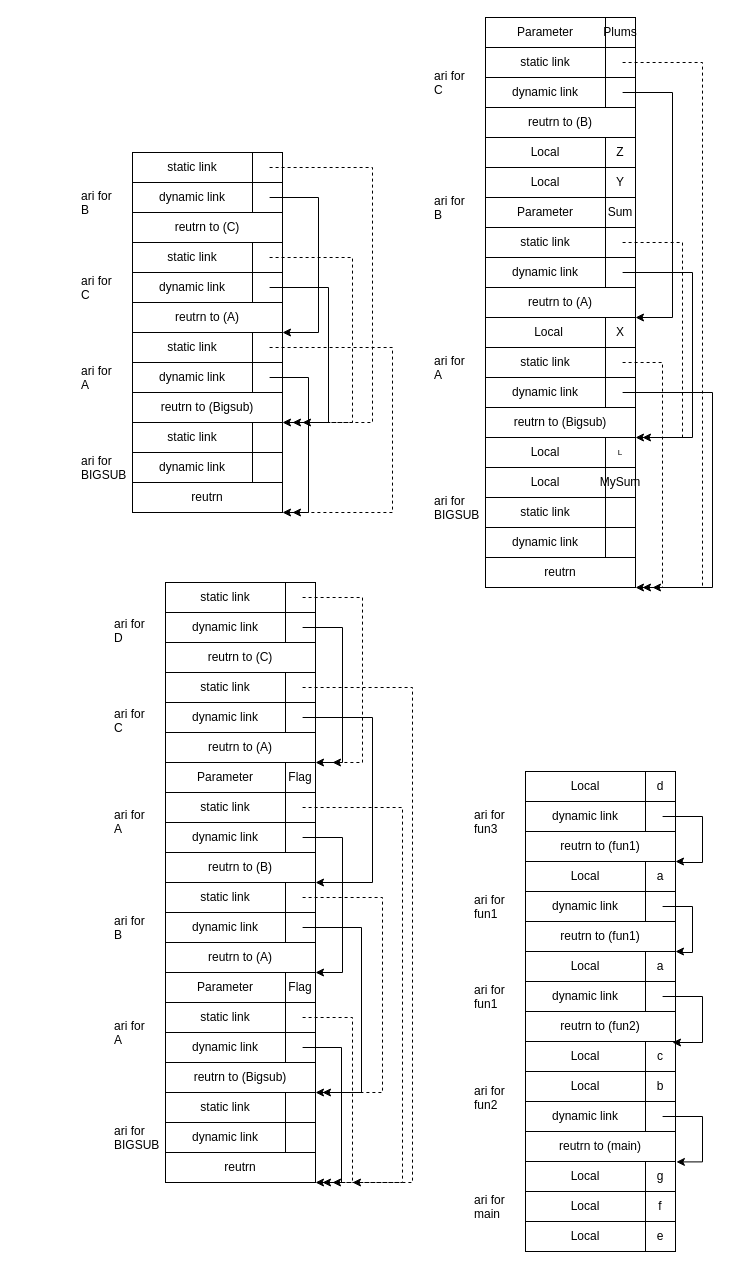
Earlier version of the draw.io diagram stack.drawio (HansenWang983/A-Social-Media-Web-App-with-Microservices). Source tidied: cells renumbered, new cells numbered last; positions are measured from the earlier drawing's top-left corner, leaving out a move shared by most shapes. Both pictures are drawn from the tidied source at 100%, with x=0, y=0 at pixel (79, 17).
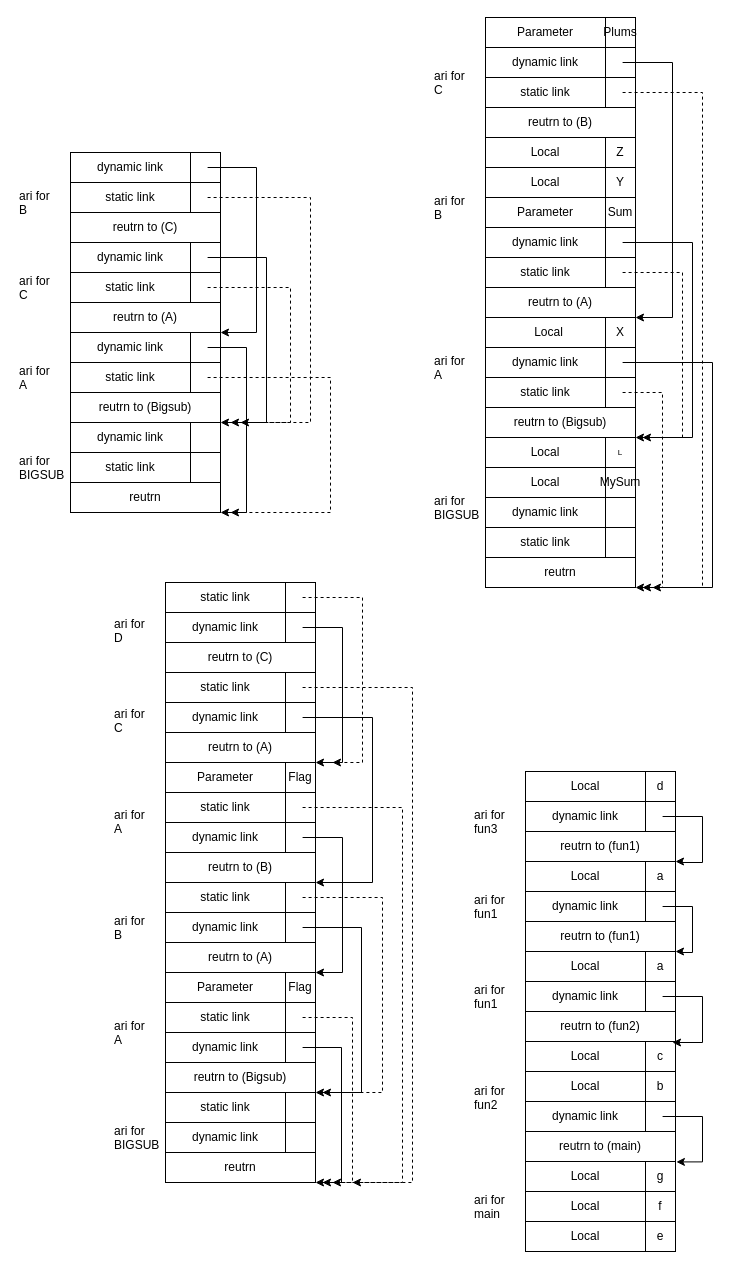
The same diagram, later.

Unchanged cells that the change refers to:
```xml
<mxCell id="65" value="L" style="rounded=0;whiteSpace=wrap;html=1;points=[[0,0,0,0,0],[0,0.23,0,0,0],[0,0.5,0,0,0],[0,0.77,0,0,0],[0,1,0,0,0],[0.27,0,0,0,0],[0.27,1,0,0,0],[0.5,0,0,0,0],[0.5,1,0,0,0],[0.57,0.5,0,0,0],[0.77,0,0,0,0],[0.77,1,0,0,0],[1,0,0,0,0],[1,0.27,0,0,0],[1,0.77,0,0,0],[1,1,0,0,0]];fontSize=8;" parent="1" vertex="1">
  <mxGeometry x="526" y="420" width="30" height="30" as="geometry" />
</mxCell>
```

What changed in the source:
```diff
@@
     <mxCell id="2" style="rounded=0;whiteSpace=wrap;html=1;points=[[0,0,0,0,0],[0,0.23,0,0,0],[0,0.5,0,0,0],[0,0.77,0,0,0],[0,1,0,0,0],[0.27,0,0,0,0],[0.27,1,0,0,0],[0.5,0,0,0,0],[0.5,1,0,0,0],[0.57,0.5,0,0,0],[0.77,0,0,0,0],[0.77,1,0,0,0],[1,0,0,0,0],[1,0.27,0,0,0],[1,0.77,0,0,0],[1,1,0,0,0]];" parent="1" vertex="1">
-      <mxGeometry x="526" y="360" width="30" height="30" as="geometry" />
+      <mxGeometry x="526" y="330" width="30" height="30" as="geometry" />
     </mxCell>
-    <mxCell id="3" value="static link" style="rounded=0;whiteSpace=wrap;html=1;" parent="1" vertex="1">
-      <mxGeometry x="53" y="405" width="120" height="30" as="geometry" />
+    <mxCell id="3" value="dynamic link" style="rounded=0;whiteSpace=wrap;html=1;" parent="1" vertex="1">
+      <mxGeometry x="-9" y="405" width="120" height="30" as="geometry" />
     </mxCell>
-    <mxCell id="4" value="dynamic link" style="rounded=0;whiteSpace=wrap;html=1;" parent="1" vertex="1">
-      <mxGeometry x="53" y="435" width="120" height="30" as="geometry" />
+    <mxCell id="4" value="static link" style="rounded=0;whiteSpace=wrap;html=1;" parent="1" vertex="1">
+      <mxGeometry x="-9" y="435" width="120" height="30" as="geometry" />
     </mxCell>
     <mxCell id="5" value="reutrn" style="rounded=0;whiteSpace=wrap;html=1;" parent="1" vertex="1">
-      <mxGeometry x="53" y="465" width="150" height="30" as="geometry" />
+      <mxGeometry x="-9" y="465" width="150" height="30" as="geometry" />
     </mxCell>
     <mxCell id="6" style="rounded=0;whiteSpace=wrap;html=1;points=[[0,0,0,0,0],[0,0.23,0,0,0],[0,0.5,0,0,0],[0,0.77,0,0,0],[0,1,0,0,0],[0.27,0,0,0,0],[0.27,1,0,0,0],[0.5,0,0,0,0],[0.5,1,0,0,0],[0.57,0.5,0,0,0],[0.77,0,0,0,0],[0.77,1,0,0,0],[1,0,0,0,0],[1,0.27,0,0,0],[1,0.77,0,0,0],[1,1,0,0,0]];" parent="1" vertex="1">
-      <mxGeometry x="173" y="165" width="30" height="30" as="geometry" />
+      <mxGeometry x="111" y="135" width="30" height="30" as="geometry" />
     </mxCell>
-    <mxCell id="7" style="edgeStyle=orthogonalEdgeStyle;rounded=0;jettySize=auto;html=1;exitX=0.57;exitY=0.5;exitDx=0;exitDy=0;exitPerimeter=0;entryX=1;entryY=0;entryDx=0;entryDy=0;entryPerimeter=0;" parent="1" edge="1" source="6" target="15">
-      <mxGeometry relative="1" as="geometry">
-        <Array as="points">
-          <mxPoint x="239" y="180" />
-          <mxPoint x="239" y="315" />
-        </Array>
-      </mxGeometry>
-    </mxCell>
     <mxCell id="8" style="rounded=0;whiteSpace=wrap;html=1;points=[[0,0,0,0,0],[0,0.23,0,0,0],[0,0.5,0,0,0],[0,0.77,0,0,0],[0,1,0,0,0],[0.27,0,0,0,0],[0.27,1,0,0,0],[0.5,0,0,0,0],[0.5,1,0,0,0],[0.57,0.5,0,0,0],[0.77,0,0,0,0],[0.77,1,0,0,0],[1,0,0,0,0],[1,0.27,0,0,0],[1,0.77,0,0,0],[1,1,0,0,0]];" parent="1" vertex="1">
-      <mxGeometry x="173" y="255" width="30" height="30" as="geometry" />
+      <mxGeometry x="111" y="225" width="30" height="30" as="geometry" />
     </mxCell>
     <mxCell id="9" style="rounded=0;whiteSpace=wrap;html=1;points=[[0,0,0,0,0],[0,0.23,0,0,0],[0,0.5,0,0,0],[0,0.77,0,0,0],[0,1,0,0,0],[0.27,0,0,0,0],[0.27,1,0,0,0],[0.5,0,0,0,0],[0.5,1,0,0,0],[0.57,0.5,0,0,0],[0.77,0,0,0,0],[0.77,1,0,0,0],[1,0,0,0,0],[1,0.27,0,0,0],[1,0.77,0,0,0],[1,1,0,0,0]];" parent="1" vertex="1">
-      <mxGeometry x="173" y="345" width="30" height="30" as="geometry" />
+      <mxGeometry x="111" y="315" width="30" height="30" as="geometry" />
     </mxCell>
     <mxCell id="10" style="rounded=0;whiteSpace=wrap;html=1;fontStyle=1;" parent="1" vertex="1">
-      <mxGeometry x="173" y="405" width="30" height="30" as="geometry" />
+      <mxGeometry x="111" y="405" width="30" height="30" as="geometry" />
     </mxCell>
     <mxCell id="11" value="static link" style="rounded=0;whiteSpace=wrap;html=1;" parent="1" vertex="1">
-      <mxGeometry x="53" y="315" width="120" height="30" as="geometry" />
+      <mxGeometry x="-9" y="345" width="120" height="30" as="geometry" />
     </mxCell>
     <mxCell id="12" value="dynamic link" style="rounded=0;whiteSpace=wrap;html=1;" parent="1" vertex="1">
-      <mxGeometry x="53" y="345" width="120" height="30" as="geometry" />
+      <mxGeometry x="-9" y="315" width="120" height="30" as="geometry" />
     </mxCell>
     <mxCell id="13" value="reutrn to (Bigsub)" style="rounded=0;whiteSpace=wrap;html=1;" parent="1" vertex="1">
-      <mxGeometry x="53" y="375" width="150" height="30" as="geometry" />
+      <mxGeometry x="-9" y="375" width="150" height="30" as="geometry" />
     </mxCell>
-    <mxCell id="14" style="rounded=0;whiteSpace=wrap;html=1;" parent="1" vertex="1">
-      <mxGeometry x="173" y="315" width="30" height="30" as="geometry" />
-    </mxCell>
     <mxCell id="15" style="rounded=0;whiteSpace=wrap;html=1;points=[[0,0,0,0,0],[0,0.23,0,0,0],[0,0.5,0,0,0],[0,0.77,0,0,0],[0,1,0,0,0],[0.27,0,0,0,0],[0.27,1,0,0,0],[0.5,0,0,0,0],[0.5,1,0,0,0],[0.57,0.5,0,0,0],[0.77,0,0,0,0],[0.77,1,0,0,0],[1,0,0,0,0],[1,0.27,0,0,0],[1,0.77,0,0,0],[1,1,0,0,0]];" parent="1" vertex="1">
-      <mxGeometry x="173" y="315" width="30" height="30" as="geometry" />
+      <mxGeometry x="111" y="345" width="30" height="30" as="geometry" />
     </mxCell>
     <mxCell id="16" style="edgeStyle=orthogonalEdgeStyle;rounded=0;jettySize=auto;html=1;exitX=0.57;exitY=0.5;exitDx=0;exitDy=0;exitPerimeter=0;entryX=1;entryY=1;entryDx=0;entryDy=0;entryPerimeter=0;" parent="1" edge="1" source="9">
       <mxGeometry relative="1" as="geometry">
-        <mxPoint x="203" y="495" as="targetPoint" />
+        <mxPoint x="141" y="495" as="targetPoint" />
         <Array as="points">
-          <mxPoint x="229" y="360" />
-          <mxPoint x="229" y="495" />
+          <mxPoint x="167" y="330" />
+          <mxPoint x="167" y="495" />
         </Array>
       </mxGeometry>
     </mxCell>
     <mxCell id="17" value="static link" style="rounded=0;whiteSpace=wrap;html=1;" parent="1" vertex="1">
-      <mxGeometry x="53" y="225" width="120" height="30" as="geometry" />
+      <mxGeometry x="-9" y="255" width="120" height="30" as="geometry" />
     </mxCell>
     <mxCell id="18" value="dynamic link" style="rounded=0;whiteSpace=wrap;html=1;" parent="1" vertex="1">
-      <mxGeometry x="53" y="255" width="120" height="30" as="geometry" />
+      <mxGeometry x="-9" y="225" width="120" height="30" as="geometry" />
     </mxCell>
     <mxCell id="19" value="reutrn to (A)" style="rounded=0;whiteSpace=wrap;html=1;" parent="1" vertex="1">
-      <mxGeometry x="53" y="285" width="150" height="30" as="geometry" />
+      <mxGeometry x="-9" y="285" width="150" height="30" as="geometry" />
     </mxCell>
-    <mxCell id="20" style="rounded=0;whiteSpace=wrap;html=1;" parent="1" vertex="1">
-      <mxGeometry x="173" y="225" width="30" height="30" as="geometry" />
-    </mxCell>
     <mxCell id="21" style="rounded=0;whiteSpace=wrap;html=1;points=[[0,0,0,0,0],[0,0.23,0,0,0],[0,0.5,0,0,0],[0,0.77,0,0,0],[0,1,0,0,0],[0.27,0,0,0,0],[0.27,1,0,0,0],[0.5,0,0,0,0],[0.5,1,0,0,0],[0.57,0.5,0,0,0],[0.77,0,0,0,0],[0.77,1,0,0,0],[1,0,0,0,0],[1,0.27,0,0,0],[1,0.77,0,0,0],[1,1,0,0,0]];" parent="1" vertex="1">
-      <mxGeometry x="173" y="225" width="30" height="30" as="geometry" />
+      <mxGeometry x="111" y="255" width="30" height="30" as="geometry" />
     </mxCell>
     <mxCell id="22" style="edgeStyle=orthogonalEdgeStyle;rounded=0;jettySize=auto;html=1;exitX=0.57;exitY=0.5;exitDx=0;exitDy=0;exitPerimeter=0;entryX=1;entryY=1;entryDx=0;entryDy=0;entryPerimeter=0;" parent="1" edge="1" source="8">
       <mxGeometry relative="1" as="geometry">
-        <mxPoint x="203" y="405" as="targetPoint" />
+        <mxPoint x="141" y="405" as="targetPoint" />
         <Array as="points">
-          <mxPoint x="249" y="270" />
-          <mxPoint x="249" y="405" />
+          <mxPoint x="187" y="240" />
+          <mxPoint x="187" y="405" />
         </Array>
       </mxGeometry>
     </mxCell>
     <mxCell id="23" value="static link" style="rounded=0;whiteSpace=wrap;html=1;" parent="1" vertex="1">
-      <mxGeometry x="53" y="135" width="120" height="30" as="geometry" />
+      <mxGeometry x="-9" y="165" width="120" height="30" as="geometry" />
     </mxCell>
     <mxCell id="24" value="dynamic link" style="rounded=0;whiteSpace=wrap;html=1;" parent="1" vertex="1">
-      <mxGeometry x="53" y="165" width="120" height="30" as="geometry" />
+      <mxGeometry x="-9" y="135" width="120" height="30" as="geometry" />
     </mxCell>
     <mxCell id="25" value="reutrn to (C)" style="rounded=0;whiteSpace=wrap;html=1;" parent="1" vertex="1">
-      <mxGeometry x="53" y="195" width="150" height="30" as="geometry" />
+      <mxGeometry x="-9" y="195" width="150" height="30" as="geometry" />
     </mxCell>
     <mxCell id="26" style="rounded=0;whiteSpace=wrap;html=1;" parent="1" vertex="1">
-      <mxGeometry x="173" y="135" width="30" height="30" as="geometry" />
+      <mxGeometry x="111" y="135" width="30" height="30" as="geometry" />
     </mxCell>
     <mxCell id="27" style="rounded=0;whiteSpace=wrap;html=1;points=[[0,0,0,0,0],[0,0.23,0,0,0],[0,0.5,0,0,0],[0,0.77,0,0,0],[0,1,0,0,0],[0.27,0,0,0,0],[0.27,1,0,0,0],[0.5,0,0,0,0],[0.5,1,0,0,0],[0.57,0.5,0,0,0],[0.77,0,0,0,0],[0.77,1,0,0,0],[1,0,0,0,0],[1,0.27,0,0,0],[1,0.77,0,0,0],[1,1,0,0,0]];" parent="1" vertex="1">
-      <mxGeometry x="173" y="135" width="30" height="30" as="geometry" />
+      <mxGeometry x="111" y="165" width="30" height="30" as="geometry" />
     </mxCell>
     <mxCell id="28" style="rounded=0;whiteSpace=wrap;html=1;fontStyle=1;" parent="1" vertex="1">
-      <mxGeometry x="173" y="435" width="30" height="30" as="geometry" />
+      <mxGeometry x="111" y="435" width="30" height="30" as="geometry" />
     </mxCell>
     <mxCell id="29" value="ari for&#10;BIGSUB" style="text;whiteSpace=wrap;html=1;" parent="1" vertex="1">
-      <mxGeometry y="430" width="70" height="40" as="geometry" />
+      <mxGeometry x="-62" y="430" width="70" height="40" as="geometry" />
     </mxCell>
     <mxCell id="30" value="ari for&lt;br&gt;A" style="text;whiteSpace=wrap;html=1;" parent="1" vertex="1">
-      <mxGeometry y="340" width="70" height="40" as="geometry" />
+      <mxGeometry x="-62" y="340" width="70" height="40" as="geometry" />
     </mxCell>
     <mxCell id="31" value="ari for&lt;br&gt;C" style="text;whiteSpace=wrap;html=1;" parent="1" vertex="1">
-      <mxGeometry y="250" width="70" height="40" as="geometry" />
+      <mxGeometry x="-62" y="250" width="70" height="40" as="geometry" />
     </mxCell>
     <mxCell id="32" value="ari for&lt;br&gt;B" style="text;whiteSpace=wrap;html=1;" parent="1" vertex="1">
-      <mxGeometry y="165" width="70" height="40" as="geometry" />
+      <mxGeometry x="-62" y="165" width="70" height="40" as="geometry" />
     </mxCell>
-    <mxCell id="33" value="static link" style="rounded=0;whiteSpace=wrap;html=1;" parent="1" vertex="1">
+    <mxCell id="33" value="dynamic link" style="rounded=0;whiteSpace=wrap;html=1;" parent="1" vertex="1">
       <mxGeometry x="406" y="480" width="120" height="30" as="geometry" />
     </mxCell>
-    <mxCell id="34" value="dynamic link" style="rounded=0;whiteSpace=wrap;html=1;" parent="1" vertex="1">
+    <mxCell id="34" value="static link" style="rounded=0;whiteSpace=wrap;html=1;" parent="1" vertex="1">
       <mxGeometry x="406" y="510" width="120" height="30" as="geometry" />
     </mxCell>
@@
     <mxCell id="37" value="static link" style="rounded=0;whiteSpace=wrap;html=1;" parent="1" vertex="1">
-      <mxGeometry x="406" y="330" width="120" height="30" as="geometry" />
+      <mxGeometry x="406" y="360" width="120" height="30" as="geometry" />
     </mxCell>
     <mxCell id="38" value="dynamic link" style="rounded=0;whiteSpace=wrap;html=1;" parent="1" vertex="1">
-      <mxGeometry x="406" y="360" width="120" height="30" as="geometry" />
+      <mxGeometry x="406" y="330" width="120" height="30" as="geometry" />
     </mxCell>
@@
-    <mxCell id="40" style="rounded=0;whiteSpace=wrap;html=1;" parent="1" vertex="1">
-      <mxGeometry x="526" y="330" width="30" height="30" as="geometry" />
-    </mxCell>
     <mxCell id="41" style="rounded=0;whiteSpace=wrap;html=1;points=[[0,0,0,0,0],[0,0.23,0,0,0],[0,0.5,0,0,0],[0,0.77,0,0,0],[0,1,0,0,0],[0.27,0,0,0,0],[0.27,1,0,0,0],[0.5,0,0,0,0],[0.5,1,0,0,0],[0.57,0.5,0,0,0],[0.77,0,0,0,0],[0.77,1,0,0,0],[1,0,0,0,0],[1,0.27,0,0,0],[1,0.77,0,0,0],[1,1,0,0,0]];" parent="1" vertex="1">
-      <mxGeometry x="526" y="330" width="30" height="30" as="geometry" />
+      <mxGeometry x="526" y="360" width="30" height="30" as="geometry" />
     </mxCell>
     <mxCell id="42" value="static link" style="rounded=0;whiteSpace=wrap;html=1;" parent="1" vertex="1">
-      <mxGeometry x="406" y="210" width="120" height="30" as="geometry" />
+      <mxGeometry x="406" y="240" width="120" height="30" as="geometry" />
     </mxCell>
     <mxCell id="43" value="dynamic link" style="rounded=0;whiteSpace=wrap;html=1;" parent="1" vertex="1">
-      <mxGeometry x="406" y="240" width="120" height="30" as="geometry" />
+      <mxGeometry x="406" y="210" width="120" height="30" as="geometry" />
     </mxCell>
@@
     <mxCell id="45" style="rounded=0;whiteSpace=wrap;html=1;points=[[0,0,0,0,0],[0,0.23,0,0,0],[0,0.5,0,0,0],[0,0.77,0,0,0],[0,1,0,0,0],[0.27,0,0,0,0],[0.27,1,0,0,0],[0.5,0,0,0,0],[0.5,1,0,0,0],[0.57,0.5,0,0,0],[0.77,0,0,0,0],[0.77,1,0,0,0],[1,0,0,0,0],[1,0.27,0,0,0],[1,0.77,0,0,0],[1,1,0,0,0]];" parent="1" vertex="1">
-      <mxGeometry x="526" y="240" width="30" height="30" as="geometry" />
+      <mxGeometry x="526" y="210" width="30" height="30" as="geometry" />
     </mxCell>
     <mxCell id="46" style="rounded=0;whiteSpace=wrap;html=1;points=[[0,0,0,0,0],[0,0.23,0,0,0],[0,0.5,0,0,0],[0,0.77,0,0,0],[0,1,0,0,0],[0.27,0,0,0,0],[0.27,1,0,0,0],[0.5,0,0,0,0],[0.5,1,0,0,0],[0.57,0.5,0,0,0],[0.77,0,0,0,0],[0.77,1,0,0,0],[1,0,0,0,0],[1,0.27,0,0,0],[1,0.77,0,0,0],[1,1,0,0,0]];" parent="1" vertex="1">
-      <mxGeometry x="526" y="210" width="30" height="30" as="geometry" />
+      <mxGeometry x="526" y="240" width="30" height="30" as="geometry" />
     </mxCell>
     <mxCell id="47" value="static link" style="rounded=0;whiteSpace=wrap;html=1;" parent="1" vertex="1">
-      <mxGeometry x="406" y="30" width="120" height="30" as="geometry" />
+      <mxGeometry x="406" y="60" width="120" height="30" as="geometry" />
     </mxCell>
     <mxCell id="48" value="dynamic link" style="rounded=0;whiteSpace=wrap;html=1;" parent="1" vertex="1">
-      <mxGeometry x="406" y="60" width="120" height="30" as="geometry" />
+      <mxGeometry x="406" y="30" width="120" height="30" as="geometry" />
     </mxCell>
@@
     <mxCell id="50" style="rounded=0;whiteSpace=wrap;html=1;points=[[0,0,0,0,0],[0,0.23,0,0,0],[0,0.5,0,0,0],[0,0.77,0,0,0],[0,1,0,0,0],[0.27,0,0,0,0],[0.27,1,0,0,0],[0.5,0,0,0,0],[0.5,1,0,0,0],[0.57,0.5,0,0,0],[0.77,0,0,0,0],[0.77,1,0,0,0],[1,0,0,0,0],[1,0.27,0,0,0],[1,0.77,0,0,0],[1,1,0,0,0]];" parent="1" vertex="1">
-      <mxGeometry x="526" y="60" width="30" height="30" as="geometry" />
+      <mxGeometry x="526" y="30" width="30" height="30" as="geometry" />
     </mxCell>
     <mxCell id="51" style="rounded=0;whiteSpace=wrap;html=1;points=[[0,0,0,0,0],[0,0.23,0,0,0],[0,0.5,0,0,0],[0,0.77,0,0,0],[0,1,0,0,0],[0.27,0,0,0,0],[0.27,1,0,0,0],[0.5,0,0,0,0],[0.5,1,0,0,0],[0.57,0.5,0,0,0],[0.77,0,0,0,0],[0.77,1,0,0,0],[1,0,0,0,0],[1,0.27,0,0,0],[1,0.77,0,0,0],[1,1,0,0,0]];" parent="1" vertex="1">
-      <mxGeometry x="526" y="30" width="30" height="30" as="geometry" />
+      <mxGeometry x="526" y="60" width="30" height="30" as="geometry" />
     </mxCell>
@@
     <mxCell id="71" style="edgeStyle=orthogonalEdgeStyle;rounded=0;jettySize=auto;html=1;exitX=0.57;exitY=0.5;exitDx=0;exitDy=0;exitPerimeter=0;fontSize=8;entryX=1;entryY=0;entryDx=0;entryDy=0;entryPerimeter=0;" parent="1" edge="1" source="45" target="65">
       <mxGeometry relative="1" as="geometry">
         <Array as="points">
-          <mxPoint x="613" y="255" />
+          <mxPoint x="613" y="225" />
           <mxPoint x="613" y="420" />
         </Array>
       </mxGeometry>
     </mxCell>
     <mxCell id="72" style="edgeStyle=orthogonalEdgeStyle;rounded=0;jettySize=auto;html=1;exitX=0.57;exitY=0.5;exitDx=0;exitDy=0;exitPerimeter=0;entryX=1;entryY=1;entryDx=0;entryDy=0;entryPerimeter=0;fontSize=8;" parent="1" edge="1" source="2">
       <mxGeometry relative="1" as="geometry">
         <mxPoint x="556" y="570" as="targetPoint" />
         <Array as="points">
-          <mxPoint x="633" y="375" />
+          <mxPoint x="633" y="345" />
           <mxPoint x="633" y="570" />
         </Array>
       </mxGeometry>
     </mxCell>
     <mxCell id="73" style="edgeStyle=orthogonalEdgeStyle;rounded=0;jettySize=auto;html=1;exitX=0.57;exitY=0.5;exitDx=0;exitDy=0;exitPerimeter=0;entryX=1;entryY=1;entryDx=0;entryDy=0;entryPerimeter=0;fontSize=8;" parent="1" edge="1" source="50">
       <mxGeometry relative="1" as="geometry">
         <mxPoint x="556" y="300" as="targetPoint" />
         <Array as="points">
-          <mxPoint x="593" y="75" />
+          <mxPoint x="593" y="45" />
           <mxPoint x="593" y="300" />
         </Array>
       </mxGeometry>
     </mxCell>
@@
     <mxCell id="157" style="edgeStyle=orthogonalEdgeStyle;rounded=0;jettySize=auto;html=1;exitX=0.57;exitY=0.5;exitDx=0;exitDy=0;exitPerimeter=0;fontSize=8;dashed=1;" parent="1" edge="1" source="21">
       <mxGeometry relative="1" as="geometry">
-        <mxPoint x="213" y="405" as="targetPoint" />
+        <mxPoint x="151" y="405" as="targetPoint" />
         <Array as="points">
-          <mxPoint x="273" y="240" />
-          <mxPoint x="273" y="405" />
+          <mxPoint x="211" y="270" />
+          <mxPoint x="211" y="405" />
         </Array>
       </mxGeometry>
     </mxCell>
     <mxCell id="158" style="edgeStyle=orthogonalEdgeStyle;rounded=0;jettySize=auto;html=1;exitX=0.57;exitY=0.5;exitDx=0;exitDy=0;exitPerimeter=0;dashed=1;fontSize=8;" parent="1" edge="1" source="27">
       <mxGeometry relative="1" as="geometry">
-        <mxPoint x="223" y="405" as="targetPoint" />
+        <mxPoint x="161" y="405" as="targetPoint" />
         <Array as="points">
-          <mxPoint x="293" y="150" />
-          <mxPoint x="293" y="405" />
+          <mxPoint x="231" y="180" />
+          <mxPoint x="231" y="405" />
         </Array>
       </mxGeometry>
     </mxCell>
     <mxCell id="159" style="edgeStyle=orthogonalEdgeStyle;rounded=0;jettySize=auto;html=1;exitX=0.57;exitY=0.5;exitDx=0;exitDy=0;exitPerimeter=0;dashed=1;fontSize=8;" parent="1" edge="1" source="15">
       <mxGeometry relative="1" as="geometry">
-        <mxPoint x="213" y="495" as="targetPoint" />
+        <mxPoint x="151" y="495" as="targetPoint" />
         <Array as="points">
-          <mxPoint x="313" y="330" />
-          <mxPoint x="313" y="495" />
+          <mxPoint x="251" y="360" />
+          <mxPoint x="251" y="495" />
         </Array>
       </mxGeometry>
     </mxCell>
     <mxCell id="160" style="edgeStyle=orthogonalEdgeStyle;rounded=0;jettySize=auto;html=1;exitX=0.57;exitY=0.5;exitDx=0;exitDy=0;exitPerimeter=0;dashed=1;fontSize=8;" parent="1" edge="1" source="41">
       <mxGeometry relative="1" as="geometry">
         <mxPoint x="563" y="570" as="targetPoint" />
         <Array as="points">
-          <mxPoint x="583" y="345" />
+          <mxPoint x="583" y="375" />
           <mxPoint x="583" y="570" />
         </Array>
       </mxGeometry>
     </mxCell>
     <mxCell id="161" style="edgeStyle=orthogonalEdgeStyle;rounded=0;jettySize=auto;html=1;exitX=0.57;exitY=0.5;exitDx=0;exitDy=0;exitPerimeter=0;dashed=1;fontSize=8;" parent="1" edge="1" source="46">
       <mxGeometry relative="1" as="geometry">
         <mxPoint x="563" y="420" as="targetPoint" />
         <Array as="points">
-          <mxPoint x="603" y="225" />
+          <mxPoint x="603" y="255" />
           <mxPoint x="603" y="420" />
         </Array>
       </mxGeometry>
     </mxCell>
     <mxCell id="162" style="edgeStyle=orthogonalEdgeStyle;rounded=0;jettySize=auto;html=1;exitX=0.57;exitY=0.5;exitDx=0;exitDy=0;exitPerimeter=0;dashed=1;fontSize=8;" parent="1" edge="1" source="51">
       <mxGeometry relative="1" as="geometry">
         <mxPoint x="573" y="570" as="targetPoint" />
         <Array as="points">
-          <mxPoint x="623" y="45" />
+          <mxPoint x="623" y="75" />
           <mxPoint x="623" y="570" />
         </Array>
       </mxGeometry>
     </mxCell>
@@
+    <mxCell id="7" style="edgeStyle=orthogonalEdgeStyle;rounded=0;jettySize=auto;html=1;exitX=0.57;exitY=0.5;exitDx=0;exitDy=0;exitPerimeter=0;" parent="1" edge="1" source="6">
+      <mxGeometry relative="1" as="geometry">
+        <mxPoint x="141" y="315" as="targetPoint" />
+        <Array as="points">
+          <mxPoint x="177" y="150" />
+          <mxPoint x="177" y="315" />
+          <mxPoint x="141" y="315" />
+        </Array>
+      </mxGeometry>
+    </mxCell>
```
